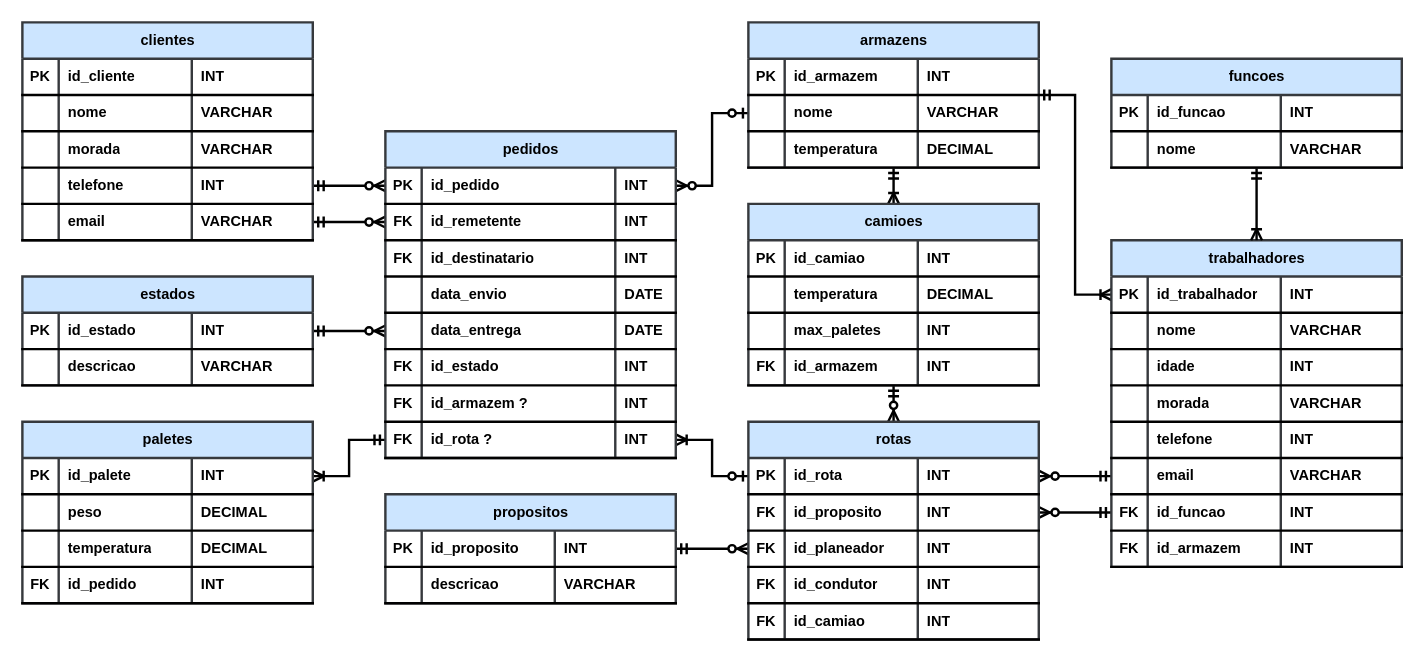
Before: page "Diagrama ER (Crow's Foot)" (3 of 3) of Diagramas/diagramas.drawio in VicLourenco40/dwdm-sql-logistica, a draw.io diagram. Source tidied: cells renumbered, new cells numbered last; positions are measured from the earlier drawing's top-left corner, leaving out a move shared by most shapes. Both pictures are drawn from the tidied source at 121%, with x=0, y=0 at pixel (22, 22).
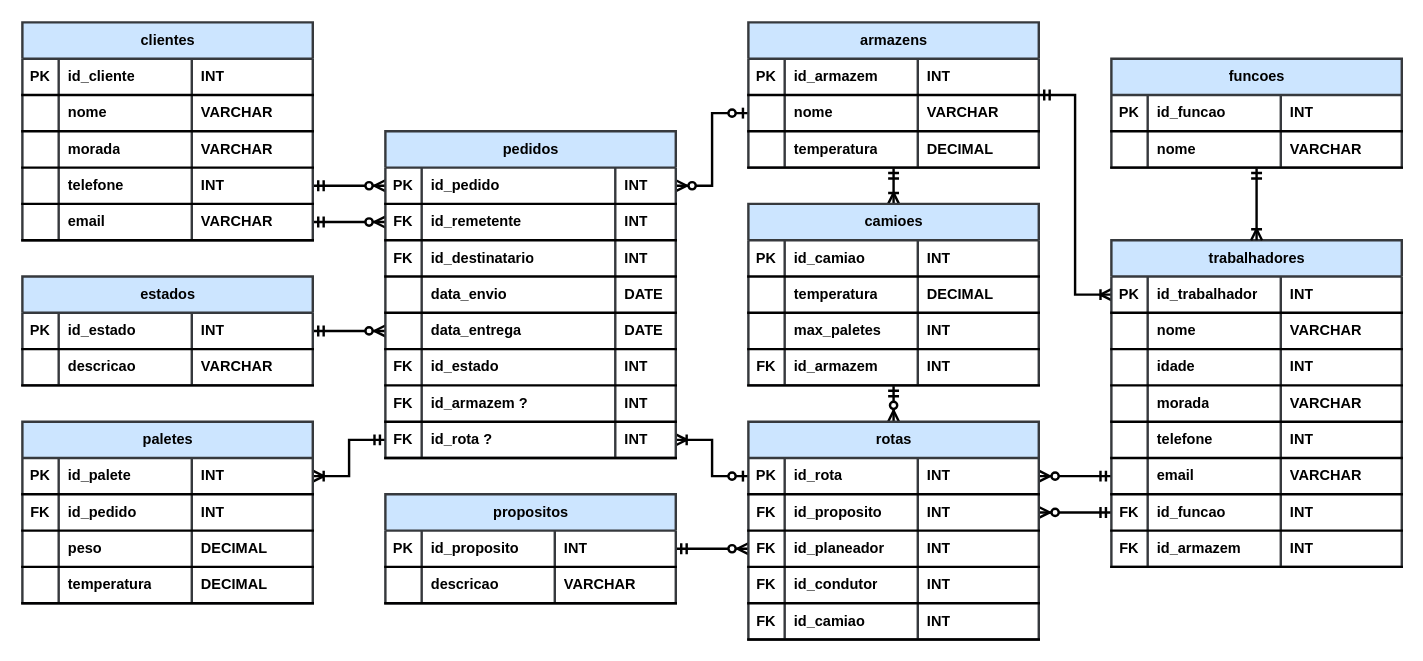
The same diagram, later.

Unchanged cells that the change refers to:
```xml
<mxCell id="60" value="paletes" style="shape=table;startSize=30;childLayout=tableLayout;rowLines=0;fontStyle=1;align=center;html=1;strokeWidth=2;labelBackgroundColor=none;swimlaneFillColor=default;fillColor=#cce5ff;strokeColor=#36393d;" parent="1" vertex="1">
  <mxGeometry y="330" width="240" height="150" as="geometry" />
</mxCell>
```

Change to the diagram source:
```diff
@@
+    <mxCell id="197" style="shape=tableRow;horizontal=0;startSize=0;swimlaneHead=0;swimlaneBody=0;fillColor=none;top=0;left=0;right=0;bottom=1;fontStyle=1;strokeWidth=2;labelBackgroundColor=none;" parent="60" vertex="1">
+      <mxGeometry y="60" width="240" height="30" as="geometry" />
+    </mxCell>
+    <mxCell id="74" value="FK" style="shape=partialRectangle;fillColor=none;top=0;left=0;bottom=0;right=0;fontStyle=1;overflow=hidden;whiteSpace=wrap;html=1;strokeWidth=2;labelBackgroundColor=none;" parent="197" vertex="1">
+      <mxGeometry width="30" height="30" as="geometry" />
+    </mxCell>
+    <mxCell id="75" value="id_pedido" style="shape=partialRectangle;fillColor=none;top=0;left=0;bottom=0;right=0;align=left;spacingLeft=6;fontStyle=1;overflow=hidden;whiteSpace=wrap;html=1;strokeWidth=2;labelBackgroundColor=none;" parent="197" vertex="1">
+      <mxGeometry x="30" width="110" height="30" as="geometry" />
+    </mxCell>
+    <mxCell id="76" value="INT" style="shape=partialRectangle;fillColor=none;top=0;left=0;bottom=0;right=0;align=left;spacingLeft=6;fontStyle=1;overflow=hidden;whiteSpace=wrap;html=1;strokeWidth=2;labelBackgroundColor=none;" parent="197" vertex="1">
+      <mxGeometry x="140" width="100" height="30" as="geometry" />
+    </mxCell>
     <mxCell id="65" style="shape=tableRow;horizontal=0;startSize=0;swimlaneHead=0;swimlaneBody=0;fillColor=none;top=0;left=0;right=0;bottom=1;fontStyle=1;strokeWidth=2;labelBackgroundColor=none;" parent="60" vertex="1">
-      <mxGeometry y="60" width="240" height="30" as="geometry" />
+      <mxGeometry y="90" width="240" height="30" as="geometry" />
     </mxCell>
@@
     <mxCell id="69" style="shape=tableRow;horizontal=0;startSize=0;swimlaneHead=0;swimlaneBody=0;fillColor=none;top=0;left=0;right=0;bottom=1;fontStyle=1;strokeWidth=2;labelBackgroundColor=none;" parent="60" vertex="1">
-      <mxGeometry y="90" width="240" height="30" as="geometry" />
+      <mxGeometry y="120" width="240" height="30" as="geometry" />
     </mxCell>
@@
-    <mxCell id="73" style="shape=tableRow;horizontal=0;startSize=0;swimlaneHead=0;swimlaneBody=0;fillColor=none;top=0;left=0;right=0;bottom=1;fontStyle=1;strokeWidth=2;labelBackgroundColor=none;" parent="60" vertex="1">
-      <mxGeometry y="120" width="240" height="30" as="geometry" />
-    </mxCell>
-    <mxCell id="74" value="FK" style="shape=partialRectangle;fillColor=none;top=0;left=0;bottom=0;right=0;fontStyle=1;overflow=hidden;whiteSpace=wrap;html=1;strokeWidth=2;labelBackgroundColor=none;" parent="73" vertex="1">
-      <mxGeometry width="30" height="30" as="geometry" />
-    </mxCell>
-    <mxCell id="75" value="id_pedido" style="shape=partialRectangle;fillColor=none;top=0;left=0;bottom=0;right=0;align=left;spacingLeft=6;fontStyle=1;overflow=hidden;whiteSpace=wrap;html=1;strokeWidth=2;labelBackgroundColor=none;" parent="73" vertex="1">
-      <mxGeometry x="30" width="110" height="30" as="geometry" />
-    </mxCell>
-    <mxCell id="76" value="INT" style="shape=partialRectangle;fillColor=none;top=0;left=0;bottom=0;right=0;align=left;spacingLeft=6;fontStyle=1;overflow=hidden;whiteSpace=wrap;html=1;strokeWidth=2;labelBackgroundColor=none;" parent="73" vertex="1">
-      <mxGeometry x="140" width="100" height="30" as="geometry" />
-    </mxCell>
```
